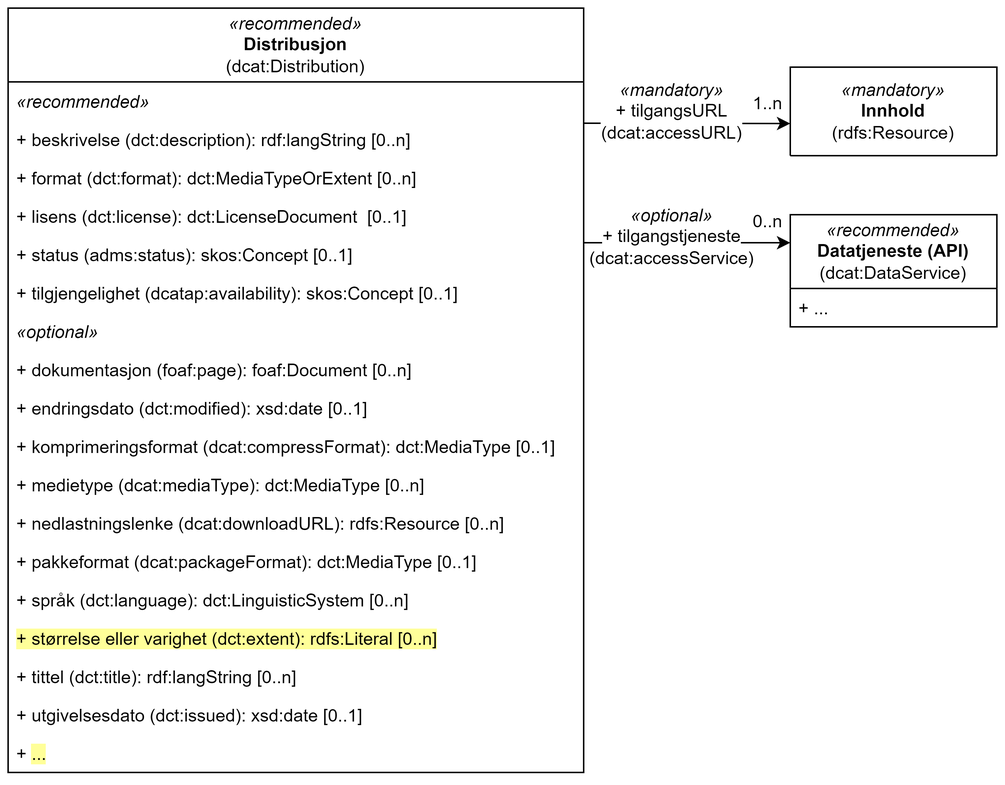
Before: docs/images/cdvno-distribution.png, a diagram exported from draw.io (Informasjonsforvaltning/cdvno). Source tidied: cells renumbered, new cells last; positions are measured from the earlier drawing's top-left corner, leaving out a move shared by most shapes. Its diagram source:
```xml
<mxGraphModel>
  <root>
    <mxCell id="0" />
    <mxCell id="1" parent="0" />
    <mxCell id="2" value="&lt;i style=&quot;border-color: var(--border-color);&quot;&gt;«mandatory»&lt;/i&gt;&lt;br style=&quot;border-color: var(--border-color);&quot;&gt;&lt;b style=&quot;border-color: var(--border-color);&quot;&gt;Innhold&lt;br style=&quot;border-color: var(--border-color);&quot;&gt;&lt;/b&gt;(rdfs:Resource)" style="swimlane;fontStyle=0;horizontal=1;startSize=80;fillColor=none;whiteSpace=wrap;html=1;" parent="1" vertex="1">
      <mxGeometry x="530" y="40" width="140" height="60" as="geometry" />
    </mxCell>
    <mxCell id="3" value="&lt;i style=&quot;border-color: var(--border-color);&quot;&gt;«recommended»&lt;/i&gt;&lt;br style=&quot;border-color: var(--border-color);&quot;&gt;&lt;b style=&quot;border-color: var(--border-color);&quot;&gt;Distribusjon&lt;br style=&quot;border-color: var(--border-color);&quot;&gt;&lt;/b&gt;(dcat:Distribution)" style="swimlane;fontStyle=0;horizontal=1;startSize=50;fillColor=none;whiteSpace=wrap;html=1;" parent="1" vertex="1">
      <mxGeometry width="390" height="518" as="geometry" />
    </mxCell>
    <mxCell id="4" value="&lt;i&gt;«recommended»&lt;/i&gt;" style="text;strokeColor=none;fillColor=none;align=left;verticalAlign=top;spacingLeft=4;spacingRight=4;overflow=hidden;whiteSpace=wrap;html=1;" parent="3" vertex="1">
      <mxGeometry y="50" width="390" height="26" as="geometry" />
    </mxCell>
    <mxCell id="5" value="+ beskrivelse (dct:description): rdf:langString [0..n]" style="text;strokeColor=none;fillColor=none;align=left;verticalAlign=top;spacingLeft=4;spacingRight=4;overflow=hidden;whiteSpace=wrap;html=1;" parent="3" vertex="1">
      <mxGeometry y="76" width="390" height="26" as="geometry" />
    </mxCell>
    <mxCell id="6" value="+ format (dct:format): dct:MediaTypeOrExtent [0..n]" style="text;strokeColor=none;fillColor=none;align=left;verticalAlign=top;spacingLeft=4;spacingRight=4;overflow=hidden;whiteSpace=wrap;html=1;" parent="3" vertex="1">
      <mxGeometry y="102" width="390" height="26" as="geometry" />
    </mxCell>
    <mxCell id="7" value="+ lisens (dct:license):&amp;nbsp;dct:LicenseDocument&amp;nbsp;&amp;nbsp;[0..1]" style="text;strokeColor=none;fillColor=none;align=left;verticalAlign=top;spacingLeft=4;spacingRight=4;overflow=hidden;whiteSpace=wrap;html=1;" parent="3" vertex="1">
      <mxGeometry y="128" width="390" height="26" as="geometry" />
    </mxCell>
    <mxCell id="8" value="+ status (adms:status):&amp;nbsp;skos:Concept&amp;nbsp;[0..1]" style="text;strokeColor=none;fillColor=none;align=left;verticalAlign=top;spacingLeft=4;spacingRight=4;overflow=hidden;whiteSpace=wrap;html=1;" parent="3" vertex="1">
      <mxGeometry y="154" width="390" height="26" as="geometry" />
    </mxCell>
    <mxCell id="9" value="+ tilgjengelighet (dcatap:availability):&amp;nbsp;skos:Concept&amp;nbsp;[0..1]" style="text;strokeColor=none;fillColor=none;align=left;verticalAlign=top;spacingLeft=4;spacingRight=4;overflow=hidden;whiteSpace=wrap;html=1;" parent="3" vertex="1">
      <mxGeometry y="180" width="390" height="26" as="geometry" />
    </mxCell>
    <mxCell id="10" value="&lt;i&gt;«optional»&lt;/i&gt;" style="text;strokeColor=none;fillColor=none;align=left;verticalAlign=top;spacingLeft=4;spacingRight=4;overflow=hidden;whiteSpace=wrap;html=1;" parent="3" vertex="1">
      <mxGeometry y="206" width="390" height="26" as="geometry" />
    </mxCell>
    <mxCell id="11" value="+ dokumentasjon (foaf:page)&lt;span style=&quot;background-color: initial;&quot;&gt;: foaf:Document&amp;nbsp;[0..n]&lt;/span&gt;" style="text;strokeColor=none;fillColor=none;align=left;verticalAlign=top;spacingLeft=4;spacingRight=4;overflow=hidden;whiteSpace=wrap;html=1;" parent="3" vertex="1">
      <mxGeometry y="232" width="390" height="26" as="geometry" />
    </mxCell>
    <mxCell id="12" value="+ endringsdato (dct:modified)&lt;span style=&quot;background-color: initial;&quot;&gt;: xsd:date [0..1]&lt;/span&gt;" style="text;strokeColor=none;fillColor=none;align=left;verticalAlign=top;spacingLeft=4;spacingRight=4;overflow=hidden;whiteSpace=wrap;html=1;" parent="3" vertex="1">
      <mxGeometry y="258" width="390" height="26" as="geometry" />
    </mxCell>
    <mxCell id="13" value="+ komprimeringsformat (dcat:compressFormat): dct:MediaType&lt;span style=&quot;background-color: initial;&quot;&gt;&amp;nbsp;[0..1]&lt;/span&gt;" style="text;strokeColor=none;fillColor=none;align=left;verticalAlign=top;spacingLeft=4;spacingRight=4;overflow=hidden;whiteSpace=wrap;html=1;" parent="3" vertex="1">
      <mxGeometry y="284" width="390" height="26" as="geometry" />
    </mxCell>
    <mxCell id="14" value="+ medietype (dcat:mediaType): dct:MediaType&lt;span style=&quot;background-color: initial;&quot;&gt;&amp;nbsp;[0..n]&lt;/span&gt;" style="text;strokeColor=none;fillColor=none;align=left;verticalAlign=top;spacingLeft=4;spacingRight=4;overflow=hidden;whiteSpace=wrap;html=1;" parent="3" vertex="1">
      <mxGeometry y="310" width="390" height="26" as="geometry" />
    </mxCell>
    <mxCell id="15" value="+ nedlastningslenke (dcat:downloadURL):&amp;nbsp;&lt;span style=&quot;text-align: center;&quot;&gt;rdfs:Resource&lt;/span&gt;&lt;span style=&quot;background-color: initial;&quot;&gt;&amp;nbsp;[0..n]&lt;/span&gt;" style="text;strokeColor=none;fillColor=none;align=left;verticalAlign=top;spacingLeft=4;spacingRight=4;overflow=hidden;whiteSpace=wrap;html=1;" parent="3" vertex="1">
      <mxGeometry y="336" width="390" height="26" as="geometry" />
    </mxCell>
    <mxCell id="16" value="+ pakkeformat (dcat:packageFormat)&lt;span style=&quot;background-color: initial;&quot;&gt;:&amp;nbsp;&lt;/span&gt;dct:MediaType [0..1]" style="text;strokeColor=none;fillColor=none;align=left;verticalAlign=top;spacingLeft=4;spacingRight=4;overflow=hidden;whiteSpace=wrap;html=1;" parent="3" vertex="1">
      <mxGeometry y="362" width="390" height="26" as="geometry" />
    </mxCell>
    <mxCell id="17" value="+ språk (dct:language)&lt;span style=&quot;background-color: initial;&quot;&gt;:&amp;nbsp;&lt;/span&gt;dct:LinguisticSystem [0..n]" style="text;strokeColor=none;fillColor=none;align=left;verticalAlign=top;spacingLeft=4;spacingRight=4;overflow=hidden;whiteSpace=wrap;html=1;" parent="3" vertex="1">
      <mxGeometry y="388" width="390" height="26" as="geometry" />
    </mxCell>
    <mxCell id="18" value="&lt;span style=&quot;background-color: rgb(255, 255, 153);&quot;&gt;+ størrelse eller varighet (dct:extent): rdfs:Literal [0..n]&lt;/span&gt;" style="text;strokeColor=none;fillColor=none;align=left;verticalAlign=top;spacingLeft=4;spacingRight=4;overflow=hidden;whiteSpace=wrap;html=1;" parent="3" vertex="1">
      <mxGeometry y="414" width="390" height="26" as="geometry" />
    </mxCell>
    <mxCell id="19" value="+ tittel (dct:title)&lt;span style=&quot;background-color: initial;&quot;&gt;: rdf:langString [0..n]&lt;/span&gt;" style="text;strokeColor=none;fillColor=none;align=left;verticalAlign=top;spacingLeft=4;spacingRight=4;overflow=hidden;whiteSpace=wrap;html=1;" parent="3" vertex="1">
      <mxGeometry y="440" width="390" height="26" as="geometry" />
    </mxCell>
    <mxCell id="20" value="+ utgivelsesdato (dct:issued)&lt;span style=&quot;background-color: initial;&quot;&gt;:&amp;nbsp;&lt;/span&gt;xsd:date [0..1]" style="text;strokeColor=none;fillColor=none;align=left;verticalAlign=top;spacingLeft=4;spacingRight=4;overflow=hidden;whiteSpace=wrap;html=1;" parent="3" vertex="1">
      <mxGeometry y="466" width="390" height="26" as="geometry" />
    </mxCell>
    <mxCell id="21" value="+ &lt;span style=&quot;background-color: rgb(255, 255, 153);&quot;&gt;...&lt;/span&gt;" style="text;strokeColor=none;fillColor=none;align=left;verticalAlign=top;spacingLeft=4;spacingRight=4;overflow=hidden;whiteSpace=wrap;html=1;" parent="3" vertex="1">
      <mxGeometry y="492" width="390" height="26" as="geometry" />
    </mxCell>
    <mxCell id="22" value="&lt;i style=&quot;border-color: var(--border-color);&quot;&gt;«recommended»&lt;/i&gt;&lt;br style=&quot;border-color: var(--border-color);&quot;&gt;&lt;b style=&quot;border-color: var(--border-color);&quot;&gt;Datatjeneste (API)&lt;br style=&quot;border-color: var(--border-color);&quot;&gt;&lt;/b&gt;(dcat:DataService)" style="swimlane;fontStyle=0;horizontal=1;startSize=50;fillColor=none;whiteSpace=wrap;html=1;" parent="1" vertex="1">
      <mxGeometry x="530" y="140" width="140" height="76" as="geometry" />
    </mxCell>
    <mxCell id="23" value="+ ..." style="text;strokeColor=none;fillColor=none;align=left;verticalAlign=top;spacingLeft=4;spacingRight=4;overflow=hidden;whiteSpace=wrap;html=1;" parent="22" vertex="1">
      <mxGeometry y="50" width="140" height="26" as="geometry" />
    </mxCell>
    <mxCell id="24" style="endArrow=classic;html=1;rounded=0;entryX=0;entryY=0.637;entryDx=0;entryDy=0;entryPerimeter=0;" parent="1" edge="1" target="2">
      <mxGeometry relative="1" as="geometry">
        <mxPoint x="390" y="78" as="sourcePoint" />
      </mxGeometry>
    </mxCell>
    <mxCell id="25" value="1..n" style="text;html=1;strokeColor=none;fillColor=none;align=center;verticalAlign=middle;whiteSpace=wrap;rounded=0;" parent="1" vertex="1">
      <mxGeometry x="500" y="60" width="30" height="10" as="geometry" />
    </mxCell>
    <mxCell id="26" value="&lt;span style=&quot;background-color: rgb(255, 255, 255);&quot;&gt;&lt;i style=&quot;border-color: var(--border-color);&quot;&gt;«mandatory»&lt;br&gt;&lt;/i&gt;+ tilgangsURL&lt;br&gt;(dcat:accessURL)&lt;/span&gt;" style="text;html=1;strokeColor=none;fillColor=none;align=center;verticalAlign=middle;whiteSpace=wrap;rounded=0;" parent="1" vertex="1">
      <mxGeometry x="420" y="55" width="60" height="30" as="geometry" />
    </mxCell>
    <mxCell id="27" style="endArrow=classic;html=1;rounded=0;entryX=0;entryY=0.25;entryDx=0;entryDy=0;" parent="1" edge="1" target="22">
      <mxGeometry relative="1" as="geometry">
        <mxPoint x="390" y="159" as="sourcePoint" />
      </mxGeometry>
    </mxCell>
    <mxCell id="28" value="&lt;span style=&quot;background-color: rgb(255, 255, 255);&quot;&gt;&lt;i style=&quot;border-color: var(--border-color);&quot;&gt;«optional»&lt;br&gt;&lt;/i&gt;+ tilgangstjeneste&lt;br&gt;(dcat:accessService)&lt;/span&gt;" style="text;html=1;strokeColor=none;fillColor=none;align=center;verticalAlign=middle;whiteSpace=wrap;rounded=0;" parent="1" vertex="1">
      <mxGeometry x="420" y="140" width="60" height="30" as="geometry" />
    </mxCell>
    <mxCell id="29" value="0..n" style="text;html=1;strokeColor=none;fillColor=none;align=center;verticalAlign=middle;whiteSpace=wrap;rounded=0;" parent="1" vertex="1">
      <mxGeometry x="500" y="140" width="30" height="10" as="geometry" />
    </mxCell>
  </root>
</mxGraphModel>
```
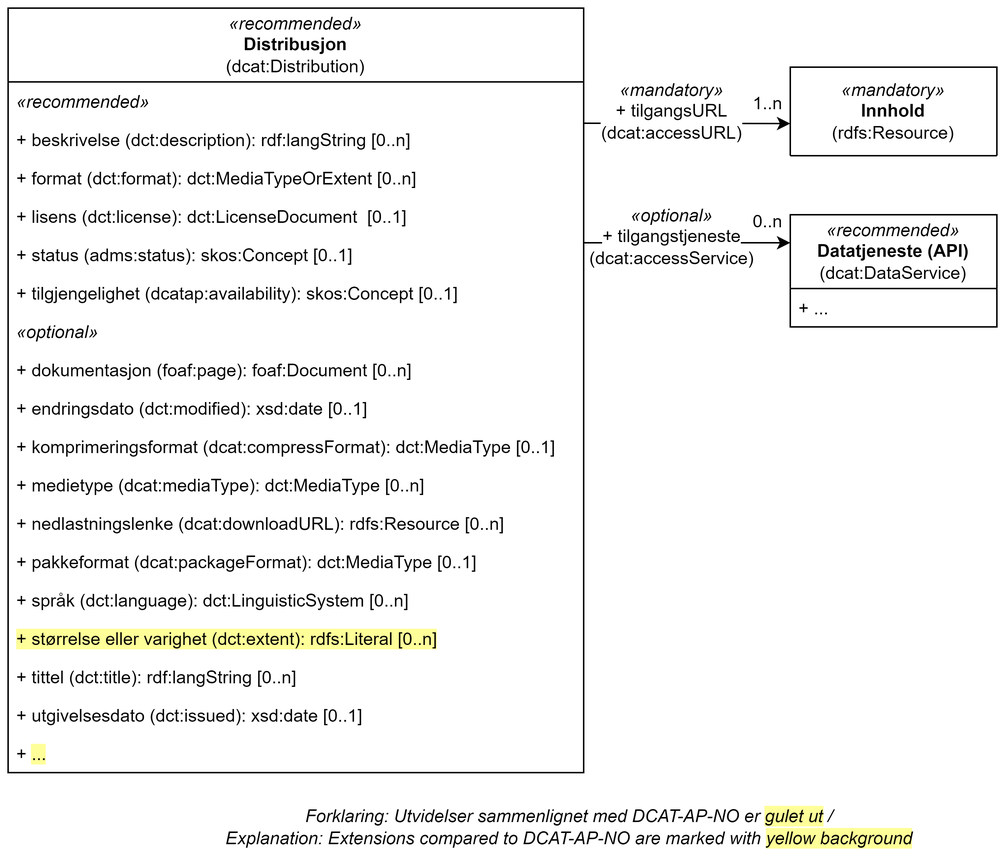
The same file after the commit.

The edit, as a diff of the source:
```diff
@@ -90,5 +90,8 @@
     <mxCell id="29" value="0..n" style="text;html=1;strokeColor=none;fillColor=none;align=center;verticalAlign=middle;whiteSpace=wrap;rounded=0;" parent="1" vertex="1">
       <mxGeometry x="500" y="140" width="30" height="10" as="geometry" />
     </mxCell>
+    <mxCell id="30" value="Forklaring: Utvidelser sammenlignet med DCAT-AP-NO er&amp;nbsp;&lt;span style=&quot;background-color: rgb(255, 255, 153);&quot;&gt;gulet ut&lt;/span&gt;&lt;span style=&quot;background-color: rgb(255 , 255 , 255)&quot;&gt;&amp;nbsp;/ &lt;br&gt;Explanation: Extensions compared to DCAT-AP-NO&amp;nbsp;are marked with&amp;nbsp;&lt;/span&gt;&lt;span style=&quot;background-color: rgb(255, 255, 153);&quot;&gt;yellow background&lt;/span&gt;" style="text;html=1;strokeColor=none;fillColor=none;align=center;verticalAlign=middle;whiteSpace=wrap;rounded=0;fontStyle=2;" parent="1" vertex="1">
+      <mxGeometry x="130" y="545" width="501" height="20" as="geometry" />
+    </mxCell>
   </root>
 </mxGraphModel>
```
